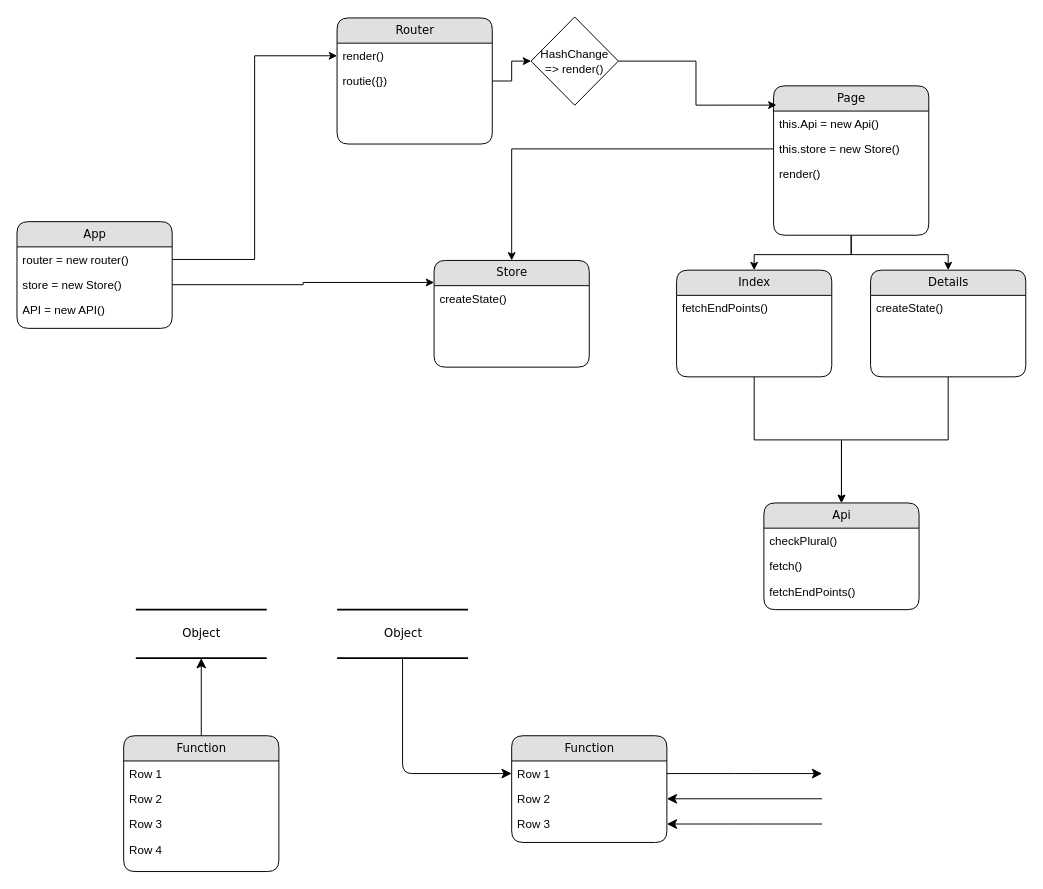
Before: project/assets/wafs2021-interaction-diagram.drawio in stanRepo/web-app-from-scratch-2021, a draw.io diagram. Source tidied: cells renumbered, new cells numbered last; positions are measured from the earlier drawing's top-left corner, leaving out a move shared by most shapes. Both pictures are drawn from the tidied source at 97%, with x=0, y=0 at pixel (16, 16).
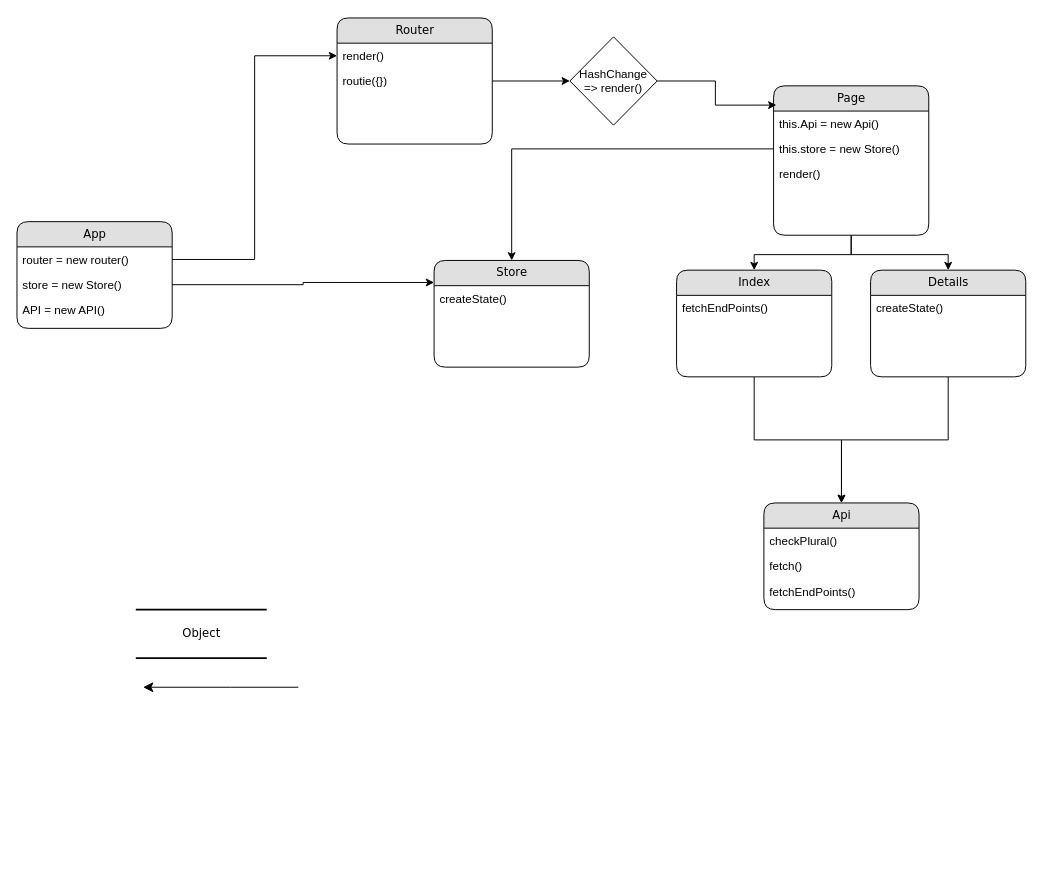
Above is the later version.

The change refers to these unchanged cells:
```xml
<mxCell id="2" value="Object" style="html=1;rounded=0;shadow=0;comic=0;labelBackgroundColor=none;strokeWidth=2;fontFamily=Verdana;fontSize=12;align=center;shape=mxgraph.ios7ui.horLines;" parent="1" vertex="1">
  <mxGeometry x="122.5" y="611" width="135" height="50" as="geometry" />
</mxCell>
```

What changed in the source:
```diff
@@
-    <mxCell id="17" value="Function" style="swimlane;html=1;fontStyle=0;horizontal=1;startSize=26;fillColor=#e0e0e0;swimlaneFillColor=#ffffff;align=center;rounded=1;shadow=0;comic=0;labelBackgroundColor=none;strokeWidth=1;fontFamily=Verdana;fontSize=12;" parent="1" vertex="1">
-      <mxGeometry x="110" y="741" width="160" height="140" as="geometry" />
-    </mxCell>
-    <mxCell id="18" value="Row 1" style="text;html=1;strokeColor=none;fillColor=none;spacingLeft=4;spacingRight=4;whiteSpace=wrap;overflow=hidden;" parent="17" vertex="1">
-      <mxGeometry y="26" width="160" height="26" as="geometry" />
-    </mxCell>
-    <mxCell id="19" value="Row 2" style="text;html=1;strokeColor=none;fillColor=none;spacingLeft=4;spacingRight=4;whiteSpace=wrap;overflow=hidden;" parent="17" vertex="1">
-      <mxGeometry y="52" width="160" height="26" as="geometry" />
-    </mxCell>
-    <mxCell id="20" value="Row 3" style="text;html=1;strokeColor=none;fillColor=none;spacingLeft=4;spacingRight=4;whiteSpace=wrap;overflow=hidden;" parent="17" vertex="1">
-      <mxGeometry y="78" width="160" height="26" as="geometry" />
-    </mxCell>
-    <mxCell id="21" value="Row 4" style="text;html=1;strokeColor=none;fillColor=none;spacingLeft=4;spacingRight=4;whiteSpace=wrap;overflow=hidden;" parent="17" vertex="1">
-      <mxGeometry y="104" width="160" height="26" as="geometry" />
-    </mxCell>
-    <mxCell id="22" value="Function" style="swimlane;html=1;fontStyle=0;horizontal=1;startSize=26;fillColor=#e0e0e0;swimlaneFillColor=#ffffff;align=center;rounded=1;shadow=0;comic=0;labelBackgroundColor=none;strokeWidth=1;fontFamily=Verdana;fontSize=12;" parent="1" vertex="1">
-      <mxGeometry x="510" y="741" width="160" height="110" as="geometry" />
-    </mxCell>
-    <mxCell id="23" value="Row 1" style="text;html=1;strokeColor=none;fillColor=none;spacingLeft=4;spacingRight=4;whiteSpace=wrap;overflow=hidden;points=[[0,0.5],[1,0.5]];portConstraint=eastwest;" parent="22" vertex="1">
-      <mxGeometry y="26" width="160" height="26" as="geometry" />
-    </mxCell>
-    <mxCell id="24" value="Row 2" style="text;html=1;strokeColor=none;fillColor=none;spacingLeft=4;spacingRight=4;whiteSpace=wrap;overflow=hidden;points=[[0,0.5],[1,0.5]];portConstraint=eastwest;" parent="22" vertex="1">
-      <mxGeometry y="52" width="160" height="26" as="geometry" />
-    </mxCell>
-    <mxCell id="25" value="Row 3" style="text;html=1;strokeColor=none;fillColor=none;spacingLeft=4;spacingRight=4;whiteSpace=wrap;overflow=hidden;points=[[0,0.5],[1,0.5]];portConstraint=eastwest;" parent="22" vertex="1">
-      <mxGeometry y="78" width="160" height="26" as="geometry" />
-    </mxCell>
-    <mxCell id="26" value="Object" style="html=1;rounded=0;shadow=0;comic=0;labelBackgroundColor=none;strokeWidth=2;fontFamily=Verdana;fontSize=12;align=center;shape=mxgraph.ios7ui.horLines;" parent="1" vertex="1">
-      <mxGeometry x="330" y="611" width="135" height="50" as="geometry" />
-    </mxCell>
-    <mxCell id="27" style="edgeStyle=none;html=1;labelBackgroundColor=none;startFill=0;startSize=8;endFill=1;endSize=8;fontFamily=Verdana;fontSize=12;" parent="1" edge="1" source="17" target="2">
-      <mxGeometry relative="1" as="geometry" />
-    </mxCell>
-    <mxCell id="28" style="edgeStyle=orthogonalEdgeStyle;html=1;labelBackgroundColor=none;startFill=0;startSize=8;endFill=1;endSize=8;fontFamily=Verdana;fontSize=12;" parent="1" edge="1" source="26" target="23">
-      <mxGeometry x="-0.13" y="32" relative="1" as="geometry" />
-    </mxCell>
-    <mxCell id="29" style="edgeStyle=orthogonalEdgeStyle;html=1;exitX=1;exitY=0.5;labelBackgroundColor=none;startFill=0;startSize=8;endFill=1;endSize=8;fontFamily=Verdana;fontSize=12;" parent="1" edge="1" source="23">
-      <mxGeometry relative="1" as="geometry">
-        <mxPoint x="830" y="780" as="targetPoint" />
-      </mxGeometry>
-    </mxCell>
-    <mxCell id="30" style="edgeStyle=orthogonalEdgeStyle;html=1;labelBackgroundColor=none;startFill=0;startSize=8;endFill=1;endSize=8;fontFamily=Verdana;fontSize=12;entryX=1;entryY=0.5;" parent="1" edge="1" target="24">
-      <mxGeometry relative="1" as="geometry">
-        <mxPoint x="830" y="806" as="sourcePoint" />
-        <Array as="points">
-          <mxPoint x="830" y="806" />
-        </Array>
-      </mxGeometry>
-    </mxCell>
-    <mxCell id="31" style="edgeStyle=orthogonalEdgeStyle;html=1;labelBackgroundColor=none;startFill=0;startSize=8;endFill=1;endSize=8;fontFamily=Verdana;fontSize=12;entryX=1;entryY=0.5;" parent="1" edge="1" target="25">
+    <mxCell id="31" style="edgeStyle=orthogonalEdgeStyle;html=1;labelBackgroundColor=none;startFill=0;startSize=8;endFill=1;endSize=8;fontFamily=Verdana;fontSize=12;entryX=1;entryY=0.5;" parent="1" edge="1">
       <mxGeometry relative="1" as="geometry">
-        <mxPoint x="830" y="832" as="sourcePoint" />
+        <mxPoint x="290" y="691" as="sourcePoint" />
+        <mxPoint x="130" y="691" as="targetPoint" />
         <Array as="points">
-          <mxPoint x="750" y="832" />
-          <mxPoint x="750" y="832" />
+          <mxPoint x="210" y="691" />
+          <mxPoint x="210" y="691" />
         </Array>
       </mxGeometry>
     </mxCell>
@@
     <mxCell id="40" value="HashChange&lt;br&gt;=&amp;gt; render()" style="rhombus;whiteSpace=wrap;html=1;" parent="1" vertex="1">
-      <mxGeometry x="530" width="90" height="91" as="geometry" />
+      <mxGeometry x="570" y="20.5" width="90" height="91" as="geometry" />
     </mxCell>
```
